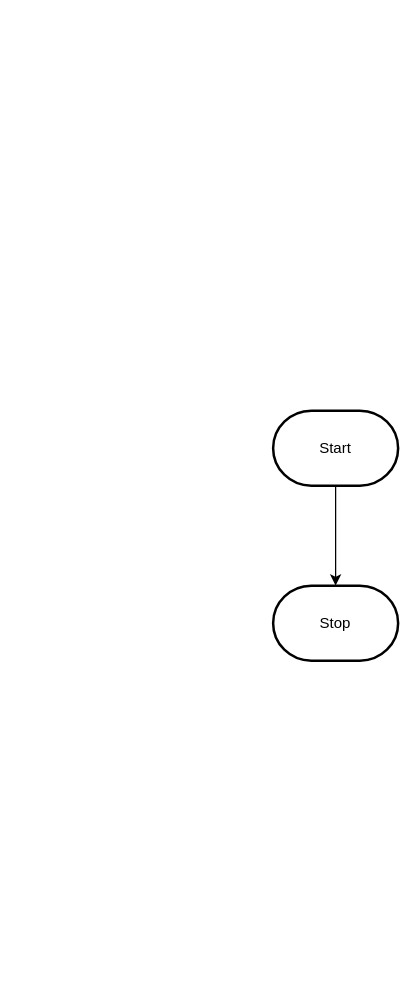
Earlier version of the draw.io diagram design/flowchart.drawio (MTHS-ICS2O-2-2022/ICS2O-Unit-5-06-Osamah-Hasan). Source tidied: cells renumbered, new cells numbered last; positions are measured from the earlier drawing's top-left corner, leaving out a move shared by most shapes. Both pictures are drawn from the tidied source at 125%, with x=0, y=0 at pixel (272, 410).
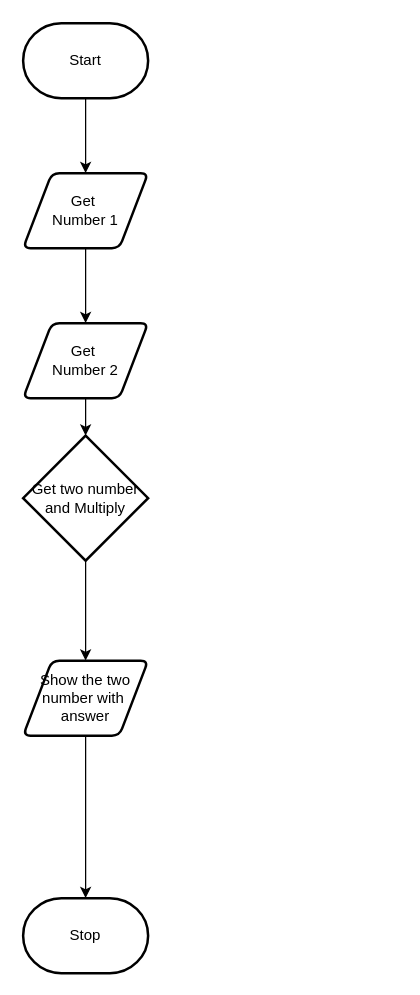
The same diagram, later.

The edit, as a diff of the source:
```diff
@@
 <mxGraphModel>
   <root>
     <mxCell id="0" />
     <mxCell id="1" parent="0" />
-    <mxCell id="2" style="edgeStyle=orthogonalEdgeStyle;html=1;rounded=0;" parent="1" edge="1" source="3" target="4">
-      <mxGeometry relative="1" as="geometry" />
-    </mxCell>
+    <mxCell id="5" style="edgeStyle=none;html=1;entryX=0.5;entryY=0;entryDx=0;entryDy=0;" parent="1" edge="1" source="3" target="7">
+      <mxGeometry relative="1" as="geometry" />
+    </mxCell>
     <mxCell id="3" value="Start" style="strokeWidth=2;html=1;shape=mxgraph.flowchart.terminator;whiteSpace=wrap;" parent="1" vertex="1">
-      <mxGeometry width="100" height="60" as="geometry" />
+      <mxGeometry x="-200" y="-310" width="100" height="60" as="geometry" />
     </mxCell>
     <mxCell id="4" value="Stop" style="strokeWidth=2;html=1;shape=mxgraph.flowchart.terminator;whiteSpace=wrap;" parent="1" vertex="1">
-      <mxGeometry y="140" width="100" height="60" as="geometry" />
+      <mxGeometry x="-200" y="390" width="100" height="60" as="geometry" />
     </mxCell>
+    <mxCell id="6" style="edgeStyle=orthogonalEdgeStyle;html=1;entryX=0.5;entryY=0;entryDx=0;entryDy=0;" parent="1" edge="1" source="7" target="9">
+      <mxGeometry relative="1" as="geometry" />
+    </mxCell>
+    <mxCell id="7" value="Get&amp;nbsp;&lt;br&gt;Number 1" style="shape=parallelogram;html=1;strokeWidth=2;perimeter=parallelogramPerimeter;whiteSpace=wrap;rounded=1;arcSize=12;size=0.23;" parent="1" vertex="1">
+      <mxGeometry x="-200" y="-190" width="100" height="60" as="geometry" />
+    </mxCell>
+    <mxCell id="8" style="edgeStyle=orthogonalEdgeStyle;html=1;entryX=0.5;entryY=0;entryDx=0;entryDy=0;entryPerimeter=0;" parent="1" edge="1" source="9" target="11">
+      <mxGeometry relative="1" as="geometry" />
+    </mxCell>
+    <mxCell id="9" value="Get&amp;nbsp;&lt;br&gt;Number 2" style="shape=parallelogram;html=1;strokeWidth=2;perimeter=parallelogramPerimeter;whiteSpace=wrap;rounded=1;arcSize=12;size=0.23;" parent="1" vertex="1">
+      <mxGeometry x="-200" y="-70" width="100" height="60" as="geometry" />
+    </mxCell>
+    <mxCell id="10" style="edgeStyle=orthogonalEdgeStyle;html=1;entryX=0.5;entryY=0;entryDx=0;entryDy=0;" parent="1" edge="1" source="11" target="13">
+      <mxGeometry relative="1" as="geometry" />
+    </mxCell>
+    <mxCell id="11" value="Get two number&lt;br&gt;and Multiply" style="strokeWidth=2;html=1;shape=mxgraph.flowchart.decision;whiteSpace=wrap;" parent="1" vertex="1">
+      <mxGeometry x="-200" y="20" width="100" height="100" as="geometry" />
+    </mxCell>
+    <mxCell id="12" style="edgeStyle=orthogonalEdgeStyle;html=1;entryX=0.5;entryY=0;entryDx=0;entryDy=0;entryPerimeter=0;" parent="1" edge="1" source="13" target="4">
+      <mxGeometry relative="1" as="geometry" />
+    </mxCell>
+    <mxCell id="13" value="Show the two number with&amp;nbsp;&lt;br&gt;answer" style="shape=parallelogram;html=1;strokeWidth=2;perimeter=parallelogramPerimeter;whiteSpace=wrap;rounded=1;arcSize=12;size=0.23;" parent="1" vertex="1">
+      <mxGeometry x="-200" y="200" width="100" height="60" as="geometry" />
+    </mxCell>
   </root>
 </mxGraphModel>
```
